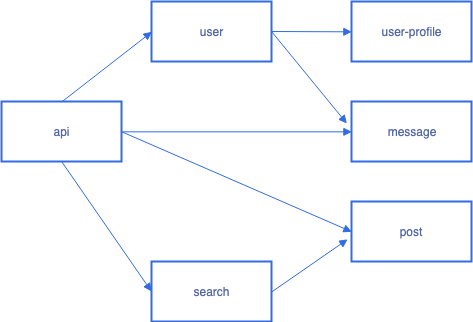
The draw.io diagram images/zero-trust-app.png in projectcalico/calico, before a commit. Source tidied: cells renumbered, new cells last; positions are measured from the earlier drawing's top-left corner, leaving out a move shared by most shapes. Its diagram source:
```xml
<mxGraphModel>
  <root>
    <mxCell id="0" />
    <mxCell id="1" parent="0" />
    <mxCell id="2" style="group;" parent="1" vertex="1">
      <mxGeometry width="470" height="320" as="geometry" />
    </mxCell>
    <mxCell id="3" value="api" style="rounded=0;whiteSpace=wrap;html=1;strokeColor=#326CE5;fontSize=12;strokeWidth=2;fontColor=#5368A4;" parent="2" vertex="1">
      <mxGeometry y="100" width="120" height="60" as="geometry" />
    </mxCell>
    <mxCell id="4" value="user" style="rounded=0;whiteSpace=wrap;html=1;strokeColor=#326CE5;fontSize=12;strokeWidth=2;fontColor=#5368A4;" parent="2" vertex="1">
      <mxGeometry x="150" width="120" height="60" as="geometry" />
    </mxCell>
    <mxCell id="5" value="user-profile" style="rounded=0;whiteSpace=wrap;html=1;strokeColor=#326CE5;fontSize=12;strokeWidth=2;fontColor=#5368A4;" parent="2" vertex="1">
      <mxGeometry x="350" width="120" height="60" as="geometry" />
    </mxCell>
    <mxCell id="6" value="message" style="rounded=0;whiteSpace=wrap;html=1;strokeColor=#326CE5;fontSize=12;strokeWidth=2;fontColor=#5368A4;" parent="2" vertex="1">
      <mxGeometry x="350" y="100" width="120" height="60" as="geometry" />
    </mxCell>
    <mxCell id="7" value="post" style="rounded=0;whiteSpace=wrap;html=1;strokeColor=#326CE5;fontSize=12;strokeWidth=2;fontColor=#5368A4;" parent="2" vertex="1">
      <mxGeometry x="350" y="200" width="120" height="60" as="geometry" />
    </mxCell>
    <mxCell id="8" value="search" style="rounded=0;whiteSpace=wrap;html=1;strokeColor=#326CE5;fontSize=12;strokeWidth=2;fontColor=#5368A4;" parent="2" vertex="1">
      <mxGeometry x="150" y="260" width="120" height="60" as="geometry" />
    </mxCell>
    <mxCell id="9" style="endArrow=block;html=1;fontSize=14;endFill=1;exitX=0.5;exitY=0;exitDx=0;exitDy=0;entryX=0;entryY=0.5;entryDx=0;entryDy=0;strokeColor=#326CE5;fontColor=#5368A4;" parent="2" edge="1" source="3" target="4">
      <mxGeometry relative="1" as="geometry" />
    </mxCell>
    <mxCell id="10" style="endArrow=block;html=1;fontSize=14;endFill=1;exitX=0.5;exitY=1;exitDx=0;exitDy=0;strokeColor=#326CE5;fontColor=#5368A4;" parent="2" edge="1" source="3">
      <mxGeometry relative="1" as="geometry">
        <mxPoint x="150" y="290" as="targetPoint" />
      </mxGeometry>
    </mxCell>
    <mxCell id="11" style="endArrow=block;html=1;fontSize=14;endFill=1;exitX=1;exitY=0.5;exitDx=0;exitDy=0;entryX=0;entryY=0.5;entryDx=0;entryDy=0;strokeColor=#326CE5;fontColor=#5368A4;" parent="2" edge="1" source="3" target="6">
      <mxGeometry relative="1" as="geometry" />
    </mxCell>
    <mxCell id="12" style="endArrow=block;html=1;fontSize=14;endFill=1;exitX=1;exitY=0.5;exitDx=0;exitDy=0;strokeColor=#326CE5;entryX=-0.042;entryY=0.367;entryDx=0;entryDy=0;entryPerimeter=0;fontColor=#5368A4;" parent="2" edge="1" source="4" target="6">
      <mxGeometry relative="1" as="geometry" />
    </mxCell>
    <mxCell id="13" style="endArrow=block;html=1;fontSize=14;endFill=1;strokeColor=#326CE5;entryX=0;entryY=0.5;entryDx=0;entryDy=0;fontColor=#5368A4;" parent="2" edge="1" target="5">
      <mxGeometry relative="1" as="geometry">
        <mxPoint x="270" y="30" as="sourcePoint" />
      </mxGeometry>
    </mxCell>
    <mxCell id="14" style="endArrow=block;html=1;fontSize=14;endFill=1;exitX=1;exitY=0.5;exitDx=0;exitDy=0;entryX=0;entryY=0.5;entryDx=0;entryDy=0;strokeColor=#326CE5;fontColor=#5368A4;" parent="2" edge="1" source="3" target="7">
      <mxGeometry relative="1" as="geometry" />
    </mxCell>
    <mxCell id="15" style="endArrow=block;html=1;fontSize=14;endFill=1;exitX=1;exitY=0.5;exitDx=0;exitDy=0;strokeColor=#326CE5;entryX=-0.032;entryY=0.632;entryDx=0;entryDy=0;entryPerimeter=0;fontColor=#5368A4;" parent="2" edge="1" source="8" target="7">
      <mxGeometry relative="1" as="geometry" />
    </mxCell>
  </root>
</mxGraphModel>
```
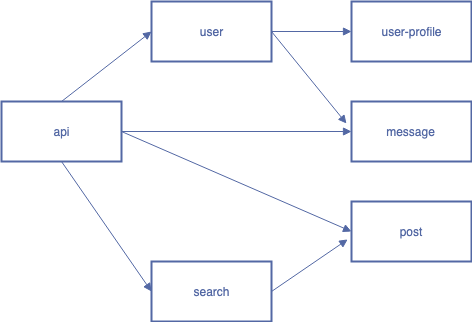
Later version of the same file.

Change to the diagram source:
```diff
@@ -5,47 +5,47 @@
     <mxCell id="2" style="group;" parent="1" vertex="1">
       <mxGeometry width="470" height="320" as="geometry" />
     </mxCell>
-    <mxCell id="3" value="api" style="rounded=0;whiteSpace=wrap;html=1;strokeColor=#326CE5;fontSize=12;strokeWidth=2;fontColor=#5368A4;" parent="2" vertex="1">
+    <mxCell id="3" value="api" style="rounded=0;whiteSpace=wrap;html=1;strokeColor=#5368A4;fontSize=12;strokeWidth=2;fontColor=#5368A4;" parent="2" vertex="1">
       <mxGeometry y="100" width="120" height="60" as="geometry" />
     </mxCell>
-    <mxCell id="4" value="user" style="rounded=0;whiteSpace=wrap;html=1;strokeColor=#326CE5;fontSize=12;strokeWidth=2;fontColor=#5368A4;" parent="2" vertex="1">
+    <mxCell id="4" value="user" style="rounded=0;whiteSpace=wrap;html=1;strokeColor=#5368A4;fontSize=12;strokeWidth=2;fontColor=#5368A4;" parent="2" vertex="1">
       <mxGeometry x="150" width="120" height="60" as="geometry" />
     </mxCell>
-    <mxCell id="5" value="user-profile" style="rounded=0;whiteSpace=wrap;html=1;strokeColor=#326CE5;fontSize=12;strokeWidth=2;fontColor=#5368A4;" parent="2" vertex="1">
+    <mxCell id="5" value="user-profile" style="rounded=0;whiteSpace=wrap;html=1;strokeColor=#5368A4;fontSize=12;strokeWidth=2;fontColor=#5368A4;" parent="2" vertex="1">
       <mxGeometry x="350" width="120" height="60" as="geometry" />
     </mxCell>
-    <mxCell id="6" value="message" style="rounded=0;whiteSpace=wrap;html=1;strokeColor=#326CE5;fontSize=12;strokeWidth=2;fontColor=#5368A4;" parent="2" vertex="1">
+    <mxCell id="6" value="message" style="rounded=0;whiteSpace=wrap;html=1;strokeColor=#5368A4;fontSize=12;strokeWidth=2;fontColor=#5368A4;" parent="2" vertex="1">
       <mxGeometry x="350" y="100" width="120" height="60" as="geometry" />
     </mxCell>
-    <mxCell id="7" value="post" style="rounded=0;whiteSpace=wrap;html=1;strokeColor=#326CE5;fontSize=12;strokeWidth=2;fontColor=#5368A4;" parent="2" vertex="1">
+    <mxCell id="7" value="post" style="rounded=0;whiteSpace=wrap;html=1;strokeColor=#5368A4;fontSize=12;strokeWidth=2;fontColor=#5368A4;" parent="2" vertex="1">
       <mxGeometry x="350" y="200" width="120" height="60" as="geometry" />
     </mxCell>
-    <mxCell id="8" value="search" style="rounded=0;whiteSpace=wrap;html=1;strokeColor=#326CE5;fontSize=12;strokeWidth=2;fontColor=#5368A4;" parent="2" vertex="1">
+    <mxCell id="8" value="search" style="rounded=0;whiteSpace=wrap;html=1;strokeColor=#5368A4;fontSize=12;strokeWidth=2;fontColor=#5368A4;" parent="2" vertex="1">
       <mxGeometry x="150" y="260" width="120" height="60" as="geometry" />
     </mxCell>
-    <mxCell id="9" style="endArrow=block;html=1;fontSize=14;endFill=1;exitX=0.5;exitY=0;exitDx=0;exitDy=0;entryX=0;entryY=0.5;entryDx=0;entryDy=0;strokeColor=#326CE5;fontColor=#5368A4;" parent="2" edge="1" source="3" target="4">
+    <mxCell id="9" style="endArrow=block;html=1;fontSize=14;endFill=1;exitX=0.5;exitY=0;exitDx=0;exitDy=0;entryX=0;entryY=0.5;entryDx=0;entryDy=0;strokeColor=#5368A4;fontColor=#5368A4;" parent="2" edge="1" source="3" target="4">
       <mxGeometry relative="1" as="geometry" />
     </mxCell>
-    <mxCell id="10" style="endArrow=block;html=1;fontSize=14;endFill=1;exitX=0.5;exitY=1;exitDx=0;exitDy=0;strokeColor=#326CE5;fontColor=#5368A4;" parent="2" edge="1" source="3">
+    <mxCell id="10" style="endArrow=block;html=1;fontSize=14;endFill=1;exitX=0.5;exitY=1;exitDx=0;exitDy=0;strokeColor=#5368A4;fontColor=#5368A4;" parent="2" edge="1" source="3">
       <mxGeometry relative="1" as="geometry">
         <mxPoint x="150" y="290" as="targetPoint" />
       </mxGeometry>
     </mxCell>
-    <mxCell id="11" style="endArrow=block;html=1;fontSize=14;endFill=1;exitX=1;exitY=0.5;exitDx=0;exitDy=0;entryX=0;entryY=0.5;entryDx=0;entryDy=0;strokeColor=#326CE5;fontColor=#5368A4;" parent="2" edge="1" source="3" target="6">
+    <mxCell id="11" style="endArrow=block;html=1;fontSize=14;endFill=1;exitX=1;exitY=0.5;exitDx=0;exitDy=0;entryX=0;entryY=0.5;entryDx=0;entryDy=0;strokeColor=#5368A4;fontColor=#5368A4;" parent="2" edge="1" source="3" target="6">
       <mxGeometry relative="1" as="geometry" />
     </mxCell>
-    <mxCell id="12" style="endArrow=block;html=1;fontSize=14;endFill=1;exitX=1;exitY=0.5;exitDx=0;exitDy=0;strokeColor=#326CE5;entryX=-0.042;entryY=0.367;entryDx=0;entryDy=0;entryPerimeter=0;fontColor=#5368A4;" parent="2" edge="1" source="4" target="6">
+    <mxCell id="12" style="endArrow=block;html=1;fontSize=14;endFill=1;exitX=1;exitY=0.5;exitDx=0;exitDy=0;strokeColor=#5368A4;entryX=-0.042;entryY=0.367;entryDx=0;entryDy=0;entryPerimeter=0;fontColor=#5368A4;" parent="2" edge="1" source="4" target="6">
       <mxGeometry relative="1" as="geometry" />
     </mxCell>
-    <mxCell id="13" style="endArrow=block;html=1;fontSize=14;endFill=1;strokeColor=#326CE5;entryX=0;entryY=0.5;entryDx=0;entryDy=0;fontColor=#5368A4;" parent="2" edge="1" target="5">
+    <mxCell id="13" style="endArrow=block;html=1;fontSize=14;endFill=1;strokeColor=#5368A4;entryX=0;entryY=0.5;entryDx=0;entryDy=0;fontColor=#5368A4;" parent="2" edge="1" target="5">
       <mxGeometry relative="1" as="geometry">
         <mxPoint x="270" y="30" as="sourcePoint" />
       </mxGeometry>
     </mxCell>
-    <mxCell id="14" style="endArrow=block;html=1;fontSize=14;endFill=1;exitX=1;exitY=0.5;exitDx=0;exitDy=0;entryX=0;entryY=0.5;entryDx=0;entryDy=0;strokeColor=#326CE5;fontColor=#5368A4;" parent="2" edge="1" source="3" target="7">
+    <mxCell id="14" style="endArrow=block;html=1;fontSize=14;endFill=1;exitX=1;exitY=0.5;exitDx=0;exitDy=0;entryX=0;entryY=0.5;entryDx=0;entryDy=0;strokeColor=#5368A4;fontColor=#5368A4;" parent="2" edge="1" source="3" target="7">
       <mxGeometry relative="1" as="geometry" />
     </mxCell>
-    <mxCell id="15" style="endArrow=block;html=1;fontSize=14;endFill=1;exitX=1;exitY=0.5;exitDx=0;exitDy=0;strokeColor=#326CE5;entryX=-0.032;entryY=0.632;entryDx=0;entryDy=0;entryPerimeter=0;fontColor=#5368A4;" parent="2" edge="1" source="8" target="7">
+    <mxCell id="15" style="endArrow=block;html=1;fontSize=14;endFill=1;exitX=1;exitY=0.5;exitDx=0;exitDy=0;strokeColor=#5368A4;entryX=-0.032;entryY=0.632;entryDx=0;entryDy=0;entryPerimeter=0;fontColor=#5368A4;" parent="2" edge="1" source="8" target="7">
       <mxGeometry relative="1" as="geometry" />
     </mxCell>
   </root>
```
